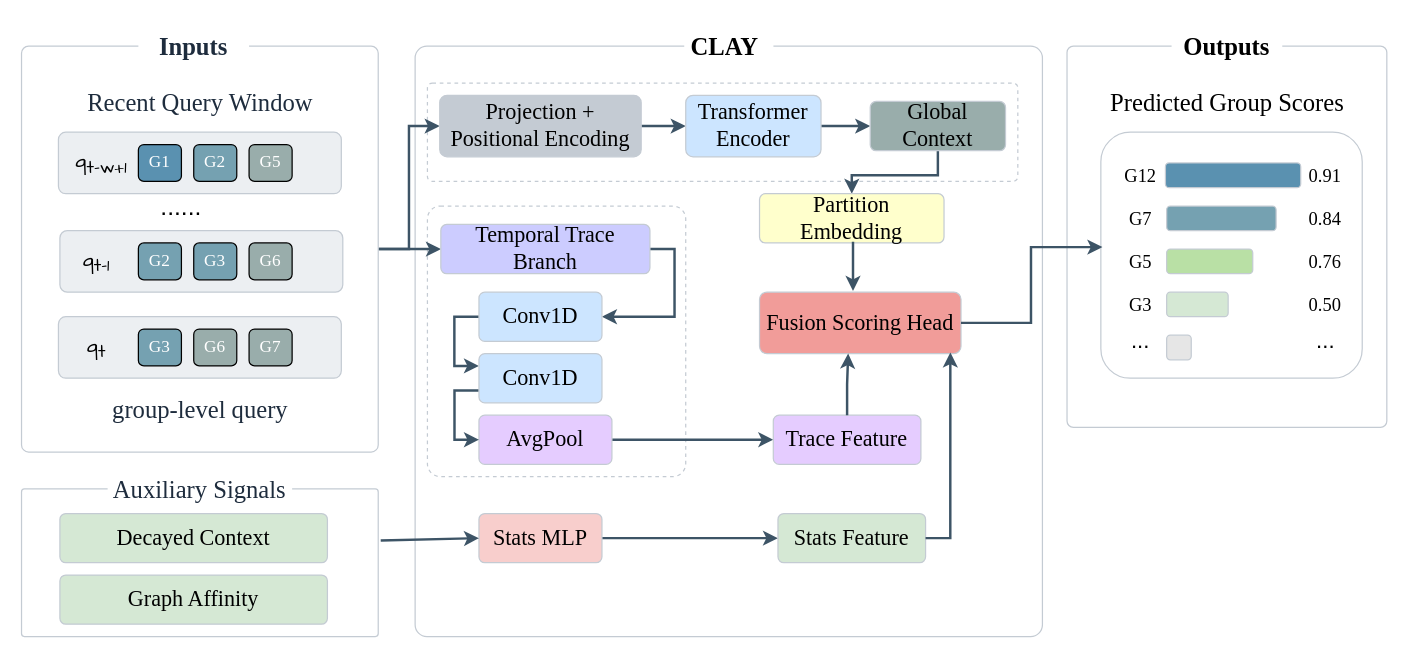
Earlier version of the draw.io diagram model.drawio (zybzyb-123/ZYB). Source tidied: cells renumbered, new cells numbered last; positions are measured from the earlier drawing's top-left corner, leaving out a move shared by most shapes. Both pictures are drawn from the tidied source at 123%, with x=0, y=0 at pixel (21, 21).
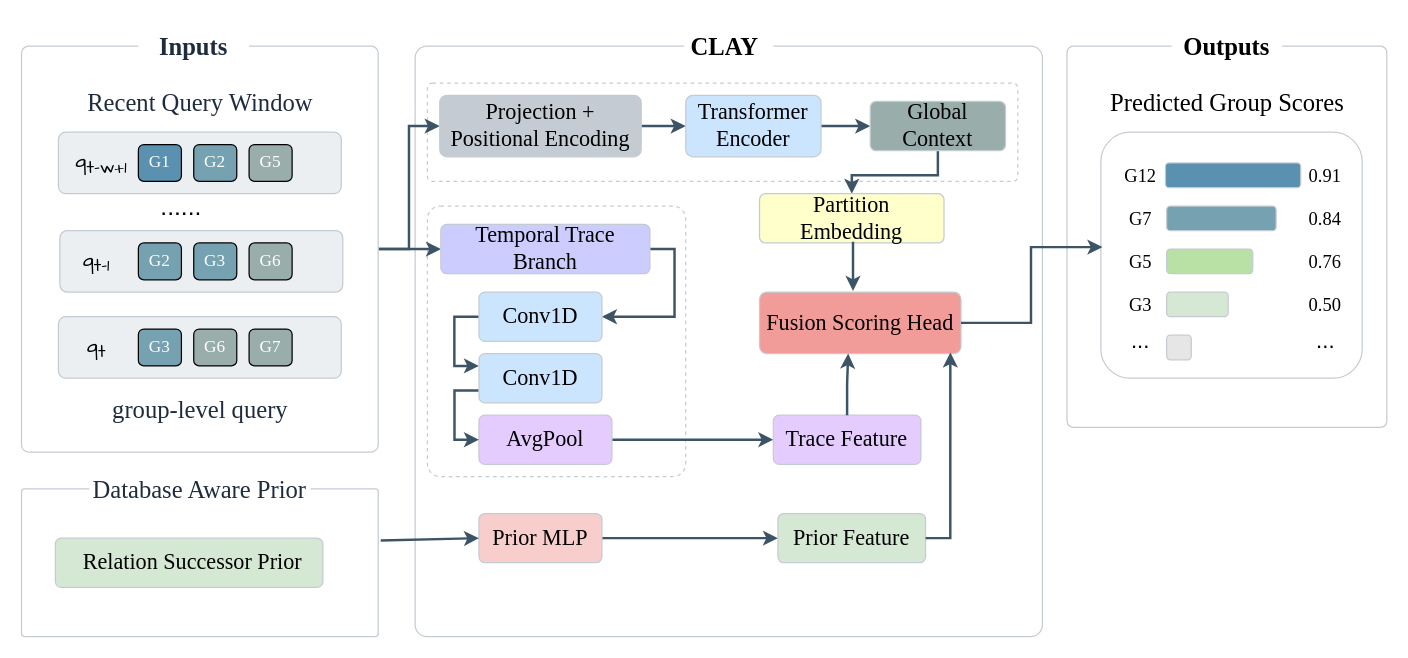
The same page after the edit.

Change to the diagram source:
```diff
@@
-    <mxCell id="28" value="&lt;font style=&quot;font-size: 20px; color: rgb(30, 44, 61);&quot;&gt;Auxiliary Signals&lt;/font&gt;" style="rounded=0;whiteSpace=wrap;html=1;strokeColor=none;fontFamily=Times New Roman;" parent="1" vertex="1">
-      <mxGeometry x="70" y="360" width="150" height="40" as="geometry" />
+    <mxCell id="28" value="&lt;font style=&quot;font-size: 20px; color: rgb(30, 44, 61);&quot;&gt;Database Aware Prior&lt;/font&gt;" style="rounded=0;whiteSpace=wrap;html=1;strokeColor=none;fontFamily=Times New Roman;" parent="1" vertex="1">
+      <mxGeometry x="55" y="360" width="180" height="40" as="geometry" />
     </mxCell>
-    <mxCell id="29" value="&lt;font style=&quot;font-size: 18px;&quot;&gt;Decayed Context&lt;/font&gt;" style="rounded=1;whiteSpace=wrap;html=1;arcSize=12;strokeColor=#C4CBD3;fontFamily=Times New Roman;fillColor=#D5E8D4;" parent="1" vertex="1">
-      <mxGeometry x="31.2" y="400" width="217.5" height="40" as="geometry" />
+    <mxCell id="29" value="&lt;font style=&quot;font-size: 18px;&quot;&gt;&amp;nbsp;Relation Successor Prior&lt;/font&gt;" style="rounded=1;whiteSpace=wrap;html=1;arcSize=12;strokeColor=#C4CBD3;fontFamily=Times New Roman;fillColor=#D5E8D4;" parent="1" vertex="1">
+      <mxGeometry x="27.5" y="420" width="217.5" height="40" as="geometry" />
     </mxCell>
-    <mxCell id="30" value="&lt;font style=&quot;font-size: 18px;&quot;&gt;Graph Affinity&lt;/font&gt;" style="rounded=1;whiteSpace=wrap;html=1;arcSize=12;strokeColor=#C4CBD3;fontFamily=Times New Roman;fillColor=#D5E8D4;" parent="1" vertex="1">
-      <mxGeometry x="31.2" y="450" width="217.5" height="40" as="geometry" />
-    </mxCell>
@@
-    <mxCell id="48" value="&lt;font&gt;Stats MLP&lt;/font&gt;" style="rounded=1;whiteSpace=wrap;html=1;arcSize=12;strokeColor=#C4CBD3;fontFamily=Times New Roman;fontSize=18;fillColor=#F8CECC;" parent="1" vertex="1">
+    <mxCell id="48" value="&lt;font&gt;Prior MLP&lt;/font&gt;" style="rounded=1;whiteSpace=wrap;html=1;arcSize=12;strokeColor=#C4CBD3;fontFamily=Times New Roman;fontSize=18;fillColor=#F8CECC;" parent="1" vertex="1">
       <mxGeometry x="371.9" y="400" width="100" height="40" as="geometry" />
     </mxCell>
-    <mxCell id="49" value="&lt;font&gt;Stats Feature&lt;/font&gt;" style="rounded=1;whiteSpace=wrap;html=1;arcSize=12;strokeColor=#C4CBD3;fontFamily=Times New Roman;fontSize=18;fillColor=#D5E8D4;" parent="1" vertex="1">
+    <mxCell id="49" value="&lt;font&gt;Prior Feature&lt;/font&gt;" style="rounded=1;whiteSpace=wrap;html=1;arcSize=12;strokeColor=#C4CBD3;fontFamily=Times New Roman;fontSize=18;fillColor=#D5E8D4;" parent="1" vertex="1">
       <mxGeometry x="615" y="400" width="120" height="40" as="geometry" />
     </mxCell>
```
